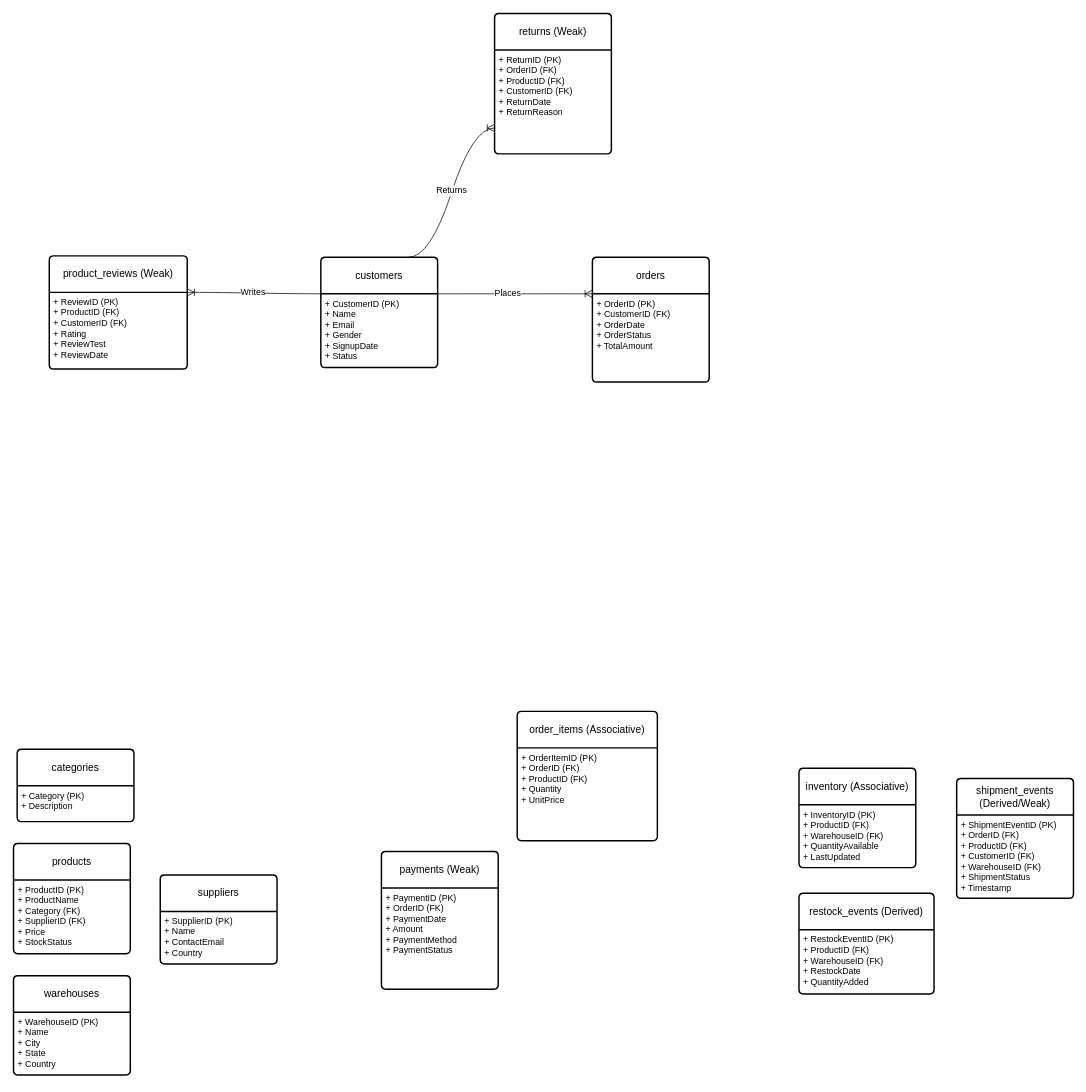
ADataSmith/BigDataEngineeringProject keeps this draw.io diagram as page "ERD Stage 3" (4 of 4) of Architecture.drawio. Above is the earlier version. Source tidied: cells renumbered, new cells numbered last; positions are measured from the earlier drawing's top-left corner, leaving out a move shared by most shapes. Both pictures are drawn from the tidied source at 73%, with x=0, y=0 at pixel (13, 13).
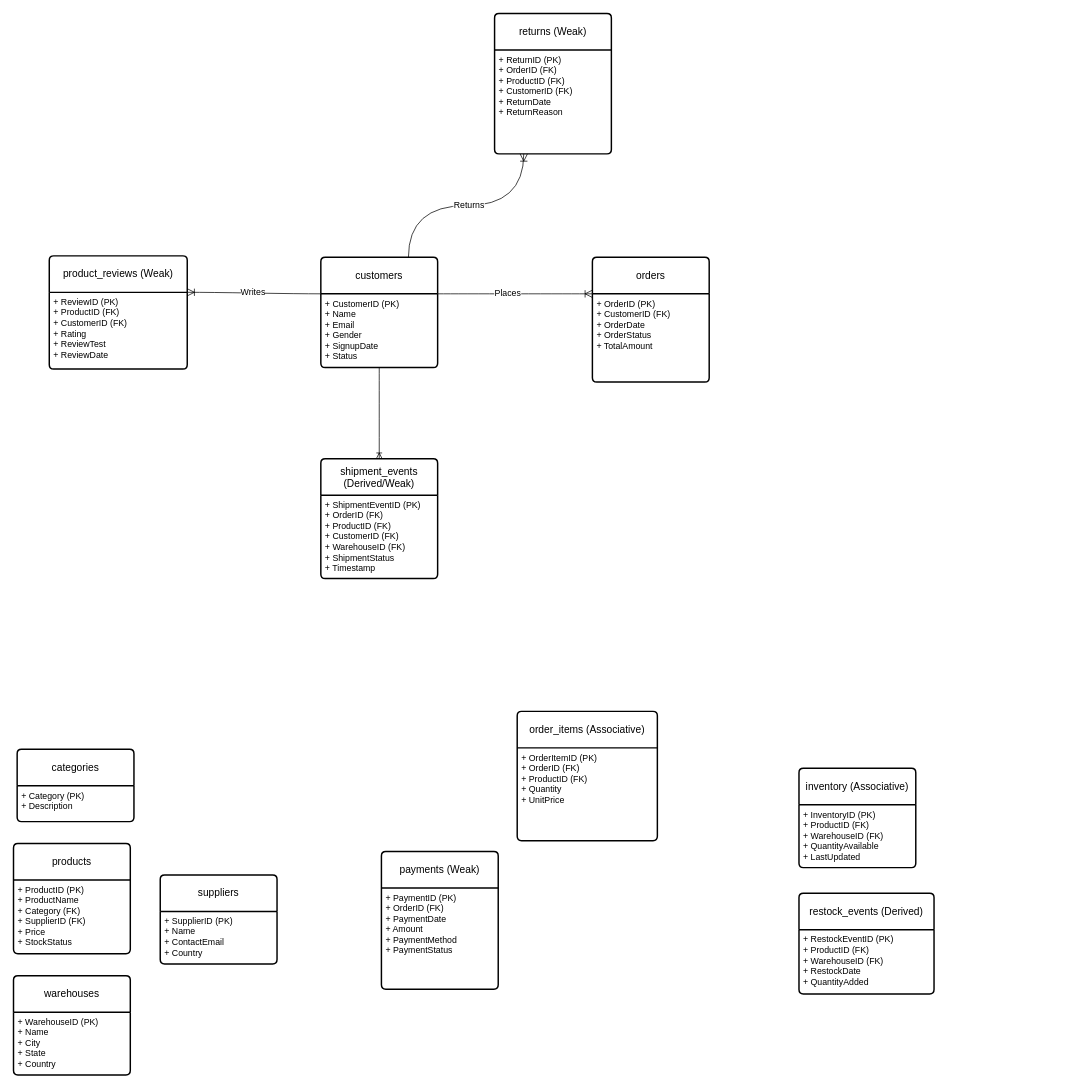
The same diagram, later.

Unchanged cells that the change refers to:
```xml
<mxCell id="18" value="customers" style="swimlane;horizontal=1;startSize=50;rounded=1;fontSize=14;fontStyle=0;strokeWidth=2;shadow=0;dashed=0;align=center;arcSize=4;whiteSpace=wrap;html=1;" parent="17" vertex="1">
  <mxGeometry width="160" height="151" as="geometry" />
</mxCell>
<mxCell id="31" value="+ ReturnID (PK)&lt;br&gt;+ OrderID (FK)&lt;br&gt;+ ProductID (FK)&lt;div&gt;+ CustomerID (FK)&lt;/div&gt;&lt;div&gt;+ ReturnDate&lt;/div&gt;&lt;div&gt;+ ReturnReason&lt;/div&gt;" style="align=left;strokeColor=none;fillColor=none;spacingLeft=4;spacingRight=4;fontSize=12;verticalAlign=top;html=1;whiteSpace=wrap;" parent="29" vertex="1">
  <mxGeometry y="50" width="160" height="142.3" as="geometry" />
</mxCell>
```

Change to the diagram source:
```diff
@@
-    <mxCell id="4" value="shipment_events (Derived/Weak)" style="swimlane;horizontal=1;startSize=50;rounded=1;fontSize=14;fontStyle=0;strokeWidth=2;shadow=0;dashed=0;align=center;arcSize=4;whiteSpace=wrap;html=1;" parent="1" vertex="1">
-      <mxGeometry x="1292" y="1048" width="160" height="164" as="geometry" />
-    </mxCell>
@@
-    <mxCell id="7" value="+ ShipmentEventID (PK)&lt;div&gt;+ OrderID (FK)&lt;br&gt;+ ProductID (FK)&lt;/div&gt;&lt;div&gt;+ CustomerID (FK)&lt;br&gt;+ WarehouseID (FK)&lt;div&gt;+ ShipmentStatus&lt;/div&gt;&lt;div&gt;+ Timestamp&lt;/div&gt;&lt;/div&gt;" style="align=left;strokeColor=none;fillColor=none;spacingLeft=4;spacingRight=4;fontSize=12;verticalAlign=top;html=1;whiteSpace=wrap;" parent="1" vertex="1">
-      <mxGeometry x="1292" y="1098" width="160" height="114" as="geometry" />
-    </mxCell>
@@
-    <mxCell id="32" style="edgeStyle=entityRelationEdgeStyle;fontSize=12;html=1;endArrow=ERoneToMany;rounded=0;fontFamily=Helvetica;fontColor=default;startSize=8;endSize=8;curved=1;entryX=0;entryY=0.75;entryDx=0;entryDy=0;exitX=0.75;exitY=0;exitDx=0;exitDy=0;" parent="1" edge="1" source="18" target="31">
+    <mxCell id="32" style="edgeStyle=orthogonalEdgeStyle;fontSize=12;html=1;endArrow=ERoneToMany;rounded=0;fontFamily=Helvetica;fontColor=default;startSize=8;endSize=8;curved=1;entryX=0.25;entryY=1;entryDx=0;entryDy=0;exitX=0.75;exitY=0;exitDx=0;exitDy=0;" parent="1" edge="1" source="18" target="31">
       <mxGeometry relative="1" as="geometry" />
     </mxCell>
@@
+    <mxCell id="39" style="group;" parent="1" vertex="1">
+      <mxGeometry x="421" y="610" width="160" height="164" as="geometry" />
+    </mxCell>
+    <mxCell id="4" value="shipment_events (Derived/Weak)" style="swimlane;horizontal=1;startSize=50;rounded=1;fontSize=14;fontStyle=0;strokeWidth=2;shadow=0;dashed=0;align=center;arcSize=4;whiteSpace=wrap;html=1;" parent="39" vertex="1">
+      <mxGeometry width="160" height="164" as="geometry" />
+    </mxCell>
+    <mxCell id="7" value="+ ShipmentEventID (PK)&lt;div&gt;+ OrderID (FK)&lt;br&gt;+ ProductID (FK)&lt;/div&gt;&lt;div&gt;+ CustomerID (FK)&lt;br&gt;+ WarehouseID (FK)&lt;div&gt;+ ShipmentStatus&lt;/div&gt;&lt;div&gt;+ Timestamp&lt;/div&gt;&lt;/div&gt;" style="align=left;strokeColor=none;fillColor=none;spacingLeft=4;spacingRight=4;fontSize=12;verticalAlign=top;html=1;whiteSpace=wrap;" parent="39" vertex="1">
+      <mxGeometry y="50" width="160" height="114" as="geometry" />
+    </mxCell>
+    <mxCell id="40" style="edgeStyle=orthogonalEdgeStyle;fontSize=12;html=1;endArrow=ERoneToMany;rounded=0;entryX=0.5;entryY=0;entryDx=0;entryDy=0;exitX=0.5;exitY=1;exitDx=0;exitDy=0;curved=1;" parent="1" edge="1" source="18" target="4">
+      <mxGeometry relative="1" as="geometry" />
+    </mxCell>
```
